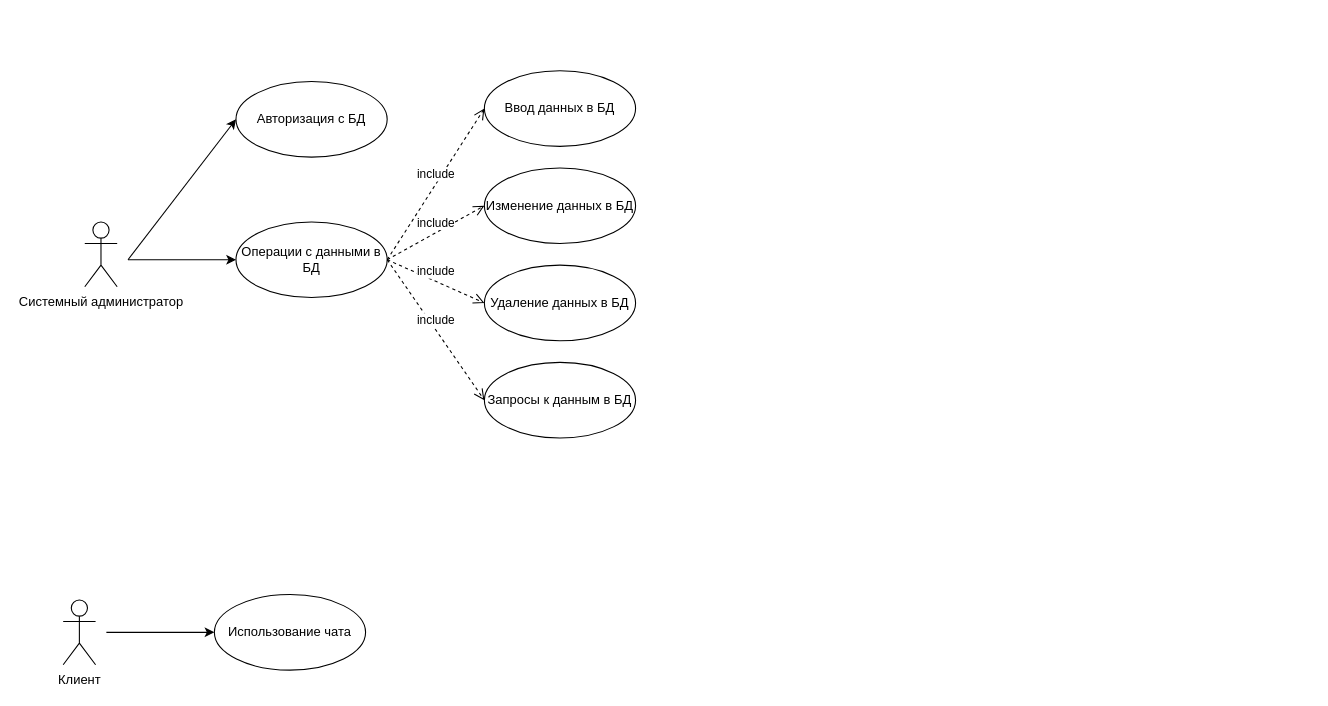
Earlier version of the draw.io diagram Use Case Diagram.drawio (OhotnikovV/AvIS). Source tidied: cells renumbered, new cells numbered last; positions are measured from the earlier drawing's top-left corner, leaving out a move shared by most shapes. Both pictures are drawn from the tidied source at 108%, with x=0, y=0 at pixel (63, 70).
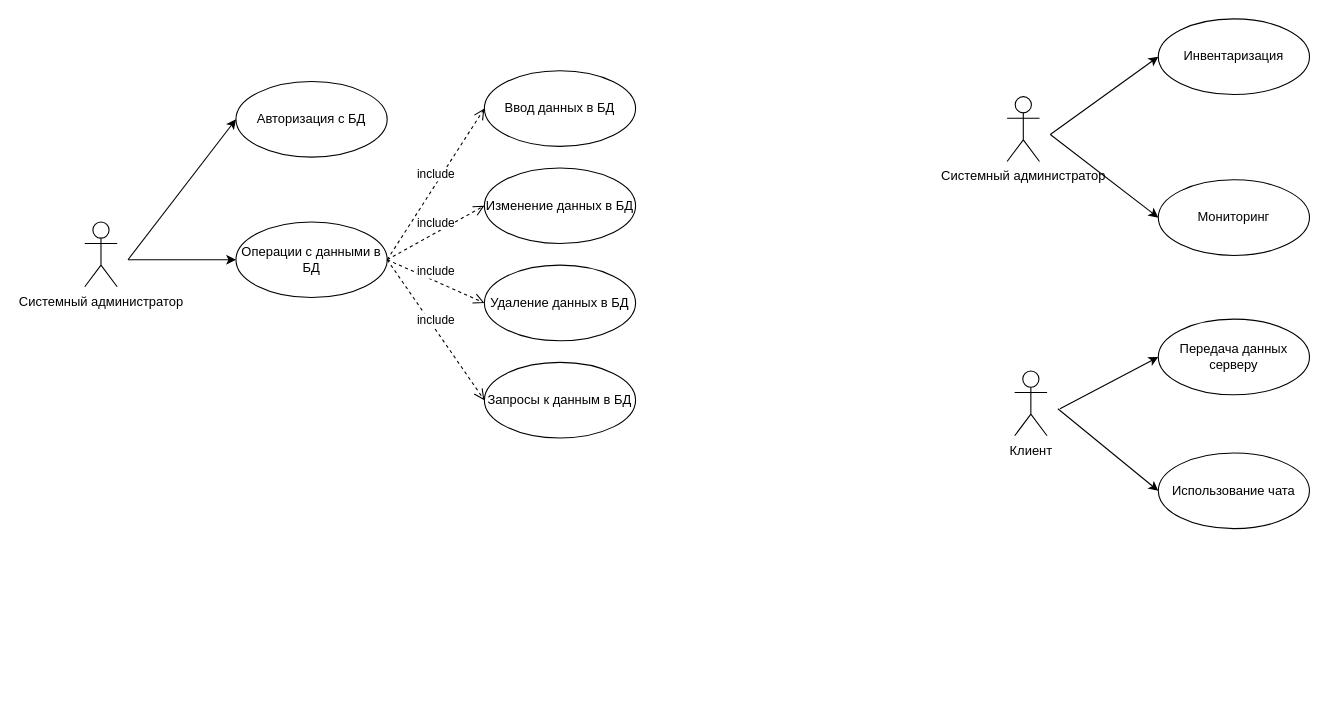
Above is the later version.

What changed in the source:
```diff
@@
     <mxCell id="15" value="Клиент" style="shape=umlActor;verticalLabelPosition=bottom;labelBackgroundColor=#ffffff;verticalAlign=top;html=1;" parent="1" vertex="1">
-      <mxGeometry y="490" width="30" height="60" as="geometry" />
+      <mxGeometry x="881" y="278" width="30" height="60" as="geometry" />
     </mxCell>
     <mxCell id="16" value="Использование чата" style="ellipse;whiteSpace=wrap;html=1;" parent="1" vertex="1">
-      <mxGeometry x="140" y="485" width="140" height="70" as="geometry" />
+      <mxGeometry x="1014" y="354" width="140" height="70" as="geometry" />
     </mxCell>
     <mxCell id="17" style="endArrow=classic;html=1;entryX=0;entryY=0.5;entryDx=0;entryDy=0;" parent="1" edge="1" target="16">
       <mxGeometry relative="1" as="geometry">
-        <mxPoint x="40" y="520" as="sourcePoint" />
+        <mxPoint x="921" y="313" as="sourcePoint" />
       </mxGeometry>
     </mxCell>
+    <mxCell id="18" value="Системный администратор" style="shape=umlActor;verticalLabelPosition=bottom;labelBackgroundColor=#ffffff;verticalAlign=top;html=1;" parent="1" vertex="1">
+      <mxGeometry x="874" y="24" width="30" height="60" as="geometry" />
+    </mxCell>
+    <mxCell id="19" value="Мониторинг" style="ellipse;whiteSpace=wrap;html=1;" parent="1" vertex="1">
+      <mxGeometry x="1014" y="101" width="140" height="70" as="geometry" />
+    </mxCell>
+    <mxCell id="20" style="endArrow=classic;html=1;entryX=0;entryY=0.5;entryDx=0;entryDy=0;" parent="1" edge="1" target="19">
+      <mxGeometry relative="1" as="geometry">
+        <mxPoint x="914" y="59" as="sourcePoint" />
+      </mxGeometry>
+    </mxCell>
+    <mxCell id="21" value="Инвентаризация" style="ellipse;whiteSpace=wrap;html=1;" parent="1" vertex="1">
+      <mxGeometry x="1014" y="-48" width="140" height="70" as="geometry" />
+    </mxCell>
+    <mxCell id="22" style="endArrow=classic;html=1;entryX=0;entryY=0.5;entryDx=0;entryDy=0;" parent="1" edge="1" target="21">
+      <mxGeometry relative="1" as="geometry">
+        <mxPoint x="914" y="59" as="sourcePoint" />
+      </mxGeometry>
+    </mxCell>
+    <mxCell id="23" value="Передача данных серверу" style="ellipse;whiteSpace=wrap;html=1;" parent="1" vertex="1">
+      <mxGeometry x="1014" y="230" width="140" height="70" as="geometry" />
+    </mxCell>
+    <mxCell id="24" style="endArrow=classic;html=1;entryX=0;entryY=0.5;entryDx=0;entryDy=0;" parent="1" edge="1" target="23">
+      <mxGeometry relative="1" as="geometry">
+        <mxPoint x="923" y="313" as="sourcePoint" />
+      </mxGeometry>
+    </mxCell>
```
